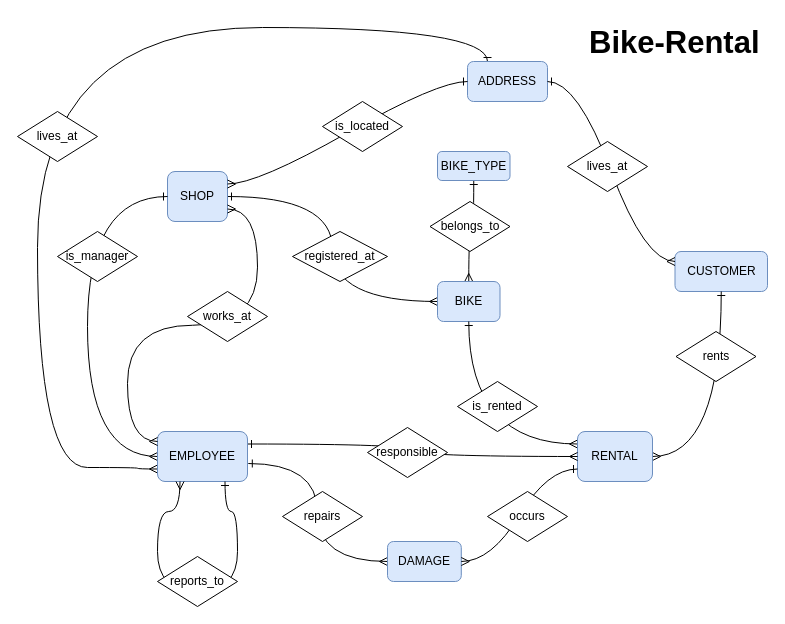
kgdeck/db_bike_rental keeps this draw.io diagram as erd01.drawio. Above is the earlier version. Source tidied: cells renumbered, new cells numbered last; positions are measured from the earlier drawing's top-left corner, leaving out a move shared by most shapes. Both pictures are drawn from the tidied source at 100%, with x=0, y=0 at pixel (17, 17).
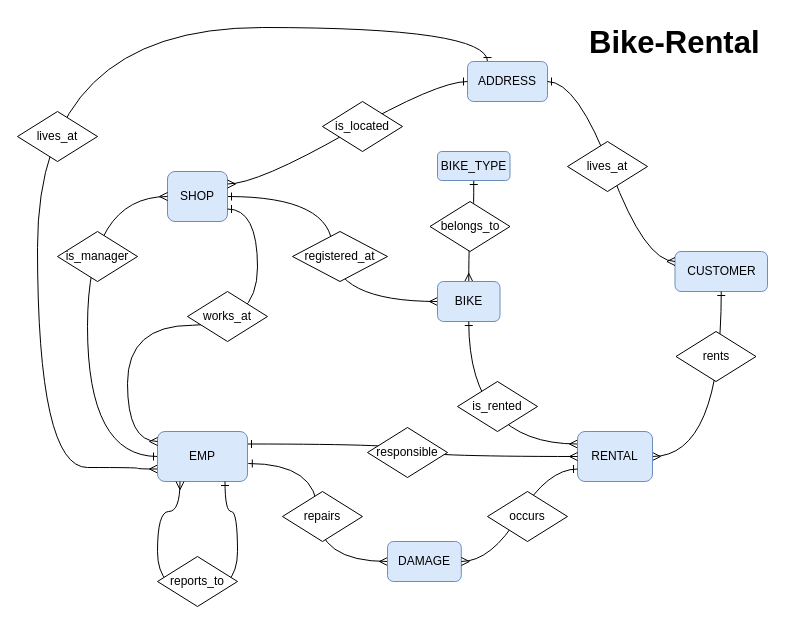
The same page after the edit.

Unchanged cells that the change refers to:
```xml
<mxCell id="5" value="SHOP" style="rounded=1;whiteSpace=wrap;html=1;fillColor=#dae8fc;strokeColor=#6c8ebf;" parent="1" vertex="1">
  <mxGeometry x="150" y="154" width="60" height="50" as="geometry" />
</mxCell>
```

Change to the diagram source:
```diff
@@
-    <mxCell id="13" style="edgeStyle=orthogonalEdgeStyle;curved=1;rounded=0;jettySize=auto;html=1;exitX=0;exitY=0.5;exitDx=0;exitDy=0;entryX=0;entryY=0.5;entryDx=0;entryDy=0;endArrow=ERone;endFill=0;startArrow=ERmany;startFill=0;" parent="1" edge="1" source="15" target="5">
+    <mxCell id="13" style="edgeStyle=orthogonalEdgeStyle;curved=1;rounded=0;jettySize=auto;html=1;exitX=0;exitY=0.5;exitDx=0;exitDy=0;entryX=0;entryY=0.5;entryDx=0;entryDy=0;endArrow=ERmany;endFill=0;startArrow=ERone;startFill=0;" parent="1" edge="1" source="15" target="5">
       <mxGeometry relative="1" as="geometry">
         <Array as="points">
           <mxPoint x="70" y="439" />
           <mxPoint x="70" y="179" />
         </Array>
       </mxGeometry>
     </mxCell>
@@
-    <mxCell id="15" value="EMPLOYEE" style="rounded=1;whiteSpace=wrap;html=1;fillColor=#dae8fc;strokeColor=#6c8ebf;" parent="1" vertex="1">
+    <mxCell id="15" value="EMP" style="rounded=1;whiteSpace=wrap;html=1;fillColor=#dae8fc;strokeColor=#6c8ebf;" parent="1" vertex="1">
       <mxGeometry x="140" y="414" width="90" height="50" as="geometry" />
     </mxCell>
@@
-    <mxCell id="22" style="edgeStyle=entityRelationEdgeStyle;fontSize=12;html=1;endArrow=ERmany;rounded=0;curved=1;endFill=0;startArrow=ERmany;startFill=0;exitX=1;exitY=0.75;exitDx=0;exitDy=0;" parent="1" edge="1" source="5">
+    <mxCell id="22" style="edgeStyle=entityRelationEdgeStyle;fontSize=12;html=1;endArrow=ERmany;rounded=0;curved=1;endFill=0;startArrow=ERone;startFill=0;exitX=1;exitY=0.75;exitDx=0;exitDy=0;" parent="1" edge="1" source="5">
       <mxGeometry relative="1" as="geometry">
         <mxPoint x="140" y="424" as="targetPoint" />
         <Array as="points">
           <mxPoint x="410" y="154" />
           <mxPoint x="340" y="154" />
           <mxPoint x="275" y="564" />
           <mxPoint x="90" y="374" />
           <mxPoint x="100" y="374" />
           <mxPoint x="80" y="374" />
           <mxPoint x="315" y="144" />
         </Array>
       </mxGeometry>
     </mxCell>
```
